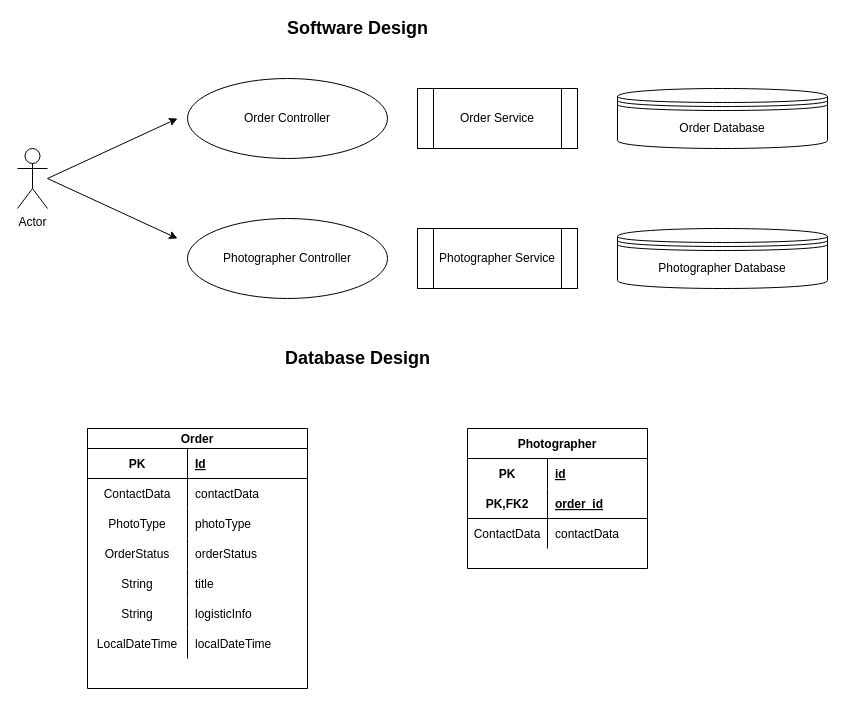
The draw.io diagram design/photostudio.drawio in hhovhann/photostudio-service, before the edit. Source tidied: cells renumbered, new cells numbered last; positions are measured from the earlier drawing's top-left corner, leaving out a move shared by most shapes. Both pictures are drawn from the tidied source at 100%, with x=0, y=0 at pixel (17, 18).
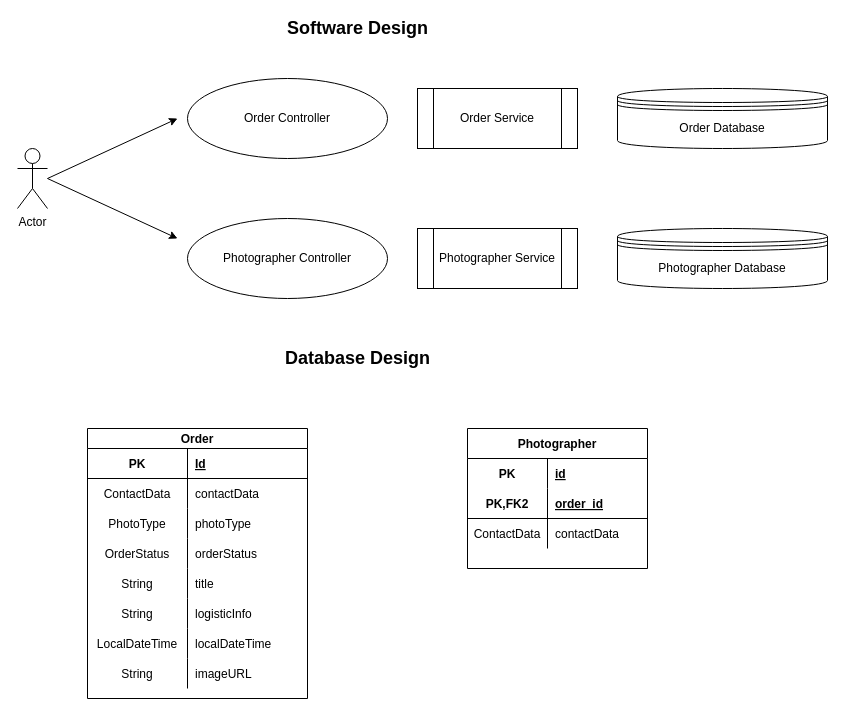
The same page after the edit.

What changed in the source:
```diff
@@
     <mxCell id="13" value="Order" style="shape=table;startSize=20;childLayout=tableLayout;rowLines=0;fontStyle=1;align=center;" parent="1" vertex="1">
-      <mxGeometry x="70" y="410" width="220" height="260" as="geometry" />
+      <mxGeometry x="70" y="410" width="220" height="270" as="geometry" />
     </mxCell>
@@
+    <mxCell id="45" style="shape=partialRectangle;fillColor=none;top=0;left=0;bottom=0;right=0;" parent="13" vertex="1">
+      <mxGeometry y="230" width="220" height="30" as="geometry" />
+    </mxCell>
+    <mxCell id="46" value="String" style="shape=partialRectangle;fillColor=none;top=0;left=0;bottom=0;right=0;overflow=hidden;" parent="45" vertex="1">
+      <mxGeometry width="100" height="30" as="geometry" />
+    </mxCell>
+    <mxCell id="47" value="imageURL" style="shape=partialRectangle;fillColor=none;top=0;left=0;bottom=0;right=0;align=left;spacingLeft=6;overflow=hidden;" parent="45" vertex="1">
+      <mxGeometry x="100" width="120" height="30" as="geometry" />
+    </mxCell>
```
